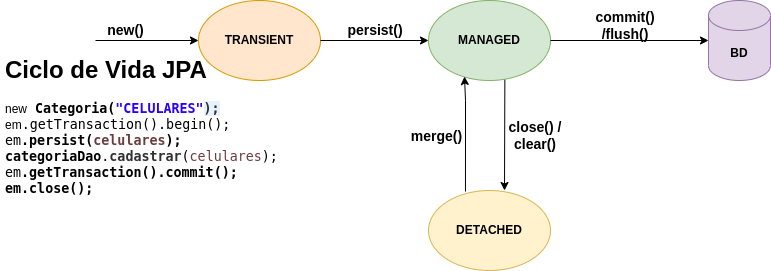
Before: imgs/CicloDeVida.drawio.png, a diagram exported from draw.io (matielojg/Java_JPA_Advanced). Source tidied: cells renumbered, new cells last; positions are measured from the earlier drawing's top-left corner, leaving out a move shared by most shapes. The source it was exported from:
```xml
<mxGraphModel>
  <root>
    <mxCell id="0" />
    <mxCell id="1" parent="0" />
    <mxCell id="2" value="&lt;b&gt;TRANSIENT&lt;/b&gt;" style="ellipse;whiteSpace=wrap;html=1;fillColor=#ffe6cc;strokeColor=#d79b00;" parent="1" vertex="1">
      <mxGeometry x="198" width="122" height="80" as="geometry" />
    </mxCell>
    <mxCell id="3" style="endArrow=classic;html=1;rounded=0;" parent="1" edge="1" source="2" target="5">
      <mxGeometry relative="1" as="geometry" />
    </mxCell>
    <mxCell id="4" style="edgeStyle=orthogonalEdgeStyle;rounded=0;jettySize=auto;html=1;exitX=0.602;exitY=1.011;exitDx=0;exitDy=0;entryX=0.631;entryY=0;entryDx=0;entryDy=0;entryPerimeter=0;exitPerimeter=0;" parent="1" edge="1" target="8">
      <mxGeometry relative="1" as="geometry">
        <mxPoint x="504.4" y="72.9" as="sourcePoint" />
        <Array as="points">
          <mxPoint x="504" y="60" />
          <mxPoint x="504" y="60" />
          <mxPoint x="504" y="190" />
        </Array>
      </mxGeometry>
    </mxCell>
    <mxCell id="5" value="&lt;b&gt;MANAGED&lt;/b&gt;" style="ellipse;whiteSpace=wrap;html=1;fillColor=#d5e8d4;strokeColor=#82b366;" parent="1" vertex="1">
      <mxGeometry x="428" width="122" height="80" as="geometry" />
    </mxCell>
    <mxCell id="6" style="endArrow=classic;html=1;rounded=0;entryX=0;entryY=0.5;entryDx=0;entryDy=0;" parent="1" edge="1" source="5">
      <mxGeometry relative="1" as="geometry">
        <mxPoint x="708" y="40" as="targetPoint" />
      </mxGeometry>
    </mxCell>
    <mxCell id="7" value="&lt;b&gt;BD&lt;/b&gt;" style="shape=cylinder3;whiteSpace=wrap;html=1;boundedLbl=1;backgroundOutline=1;size=15;fillColor=#e1d5e7;strokeColor=#9673a6;" parent="1" vertex="1">
      <mxGeometry x="708" width="62" height="80" as="geometry" />
    </mxCell>
    <mxCell id="8" value="&lt;b&gt;DETACHED&lt;/b&gt;" style="ellipse;whiteSpace=wrap;html=1;fillColor=#fff2cc;strokeColor=#d6b656;" parent="1" vertex="1">
      <mxGeometry x="428" y="190" width="122" height="80" as="geometry" />
    </mxCell>
    <mxCell id="9" style="endArrow=classic;html=1;rounded=0;entryX=0;entryY=0.5;entryDx=0;entryDy=0;" parent="1" edge="1" target="2">
      <mxGeometry relative="1" as="geometry">
        <mxPoint x="95" y="40" as="sourcePoint" />
      </mxGeometry>
    </mxCell>
    <mxCell id="10" value="new()" style="text;html=1;align=center;verticalAlign=middle;strokeColor=none;fillColor=none;shadow=0;fontStyle=1;fontSize=14;" parent="1" vertex="1">
      <mxGeometry x="95" y="15" width="60" height="30" as="geometry" />
    </mxCell>
    <mxCell id="11" value="&lt;b style=&quot;font-size: 14px;&quot;&gt;persist()&lt;/b&gt;" style="text;html=1;strokeColor=none;fillColor=none;align=center;verticalAlign=middle;whiteSpace=wrap;rounded=0;fontSize=14;" parent="1" vertex="1">
      <mxGeometry x="345" y="15" width="60" height="30" as="geometry" />
    </mxCell>
    <mxCell id="12" value="&lt;b style=&quot;font-size: 14px;&quot;&gt;commit()&lt;br style=&quot;font-size: 14px;&quot;&gt;/flush()&lt;/b&gt;" style="text;html=1;strokeColor=none;fillColor=none;align=center;verticalAlign=middle;whiteSpace=wrap;rounded=0;fontSize=14;" parent="1" vertex="1">
      <mxGeometry x="595" y="10" width="60" height="30" as="geometry" />
    </mxCell>
    <mxCell id="13" value="&lt;b style=&quot;font-size: 14px;&quot;&gt;close() /&lt;/b&gt;&lt;br style=&quot;font-size: 14px;&quot;&gt;&lt;b style=&quot;font-size: 14px;&quot;&gt;clear()&lt;/b&gt;" style="text;html=1;strokeColor=none;fillColor=none;align=center;verticalAlign=middle;whiteSpace=wrap;rounded=0;fontSize=14;" parent="1" vertex="1">
      <mxGeometry x="505" y="120" width="60" height="30" as="geometry" />
    </mxCell>
    <mxCell id="14" value="&lt;h1&gt;&lt;span style=&quot;background-color: initial;&quot;&gt;Ciclo de Vida JPA&lt;/span&gt;&lt;/h1&gt;&lt;div&gt;new&lt;span style=&quot;border-color: var(--border-color); font-family: monospace; font-size: 13.3333px; font-weight: 700;&quot;&gt;&amp;nbsp;Categoria(&lt;/span&gt;&lt;span style=&quot;border-color: var(--border-color); font-family: monospace; font-size: 13.3333px; font-weight: 700; color: rgb(42, 0, 255);&quot;&gt;&quot;CELULARES&quot;&lt;/span&gt;&lt;span style=&quot;color: rgb(48, 48, 48); font-family: monospace; font-size: 13.3333px; font-weight: 700; background-color: rgb(232, 242, 254);&quot;&gt;);&lt;/span&gt;&lt;span style=&quot;background-color: initial;&quot;&gt;&lt;br&gt;&lt;/span&gt;&lt;/div&gt;&lt;div&gt;em&lt;span style=&quot;border-color: var(--border-color); font-family: monospace; font-size: 10pt; background-color: rgb(255, 255, 255);&quot;&gt;.getTransaction().begin();&lt;/span&gt;&lt;span style=&quot;color: rgb(48, 48, 48); font-family: monospace; font-size: 13.3333px; font-weight: 700; background-color: rgb(232, 242, 254);&quot;&gt;&lt;br&gt;&lt;/span&gt;&lt;/div&gt;&lt;div&gt;&lt;span style=&quot;border-color: var(--border-color); font-family: monospace; font-size: 10pt; background-color: rgb(255, 255, 255);&quot;&gt;em&lt;span style=&quot;border-color: var(--border-color); font-size: 13.3333px; font-weight: 700;&quot;&gt;.persist(&lt;/span&gt;&lt;span style=&quot;border-color: var(--border-color); font-size: 13.3333px; font-weight: 700; color: rgb(106, 62, 62);&quot;&gt;celulares&lt;/span&gt;&lt;span style=&quot;border-color: var(--border-color); font-size: 13.3333px; font-weight: 700;&quot;&gt;);&lt;/span&gt;&lt;br&gt;&lt;/span&gt;&lt;/div&gt;&lt;div&gt;&lt;span style=&quot;border-color: var(--border-color); font-family: monospace; font-size: 10pt; background-color: rgb(255, 255, 255);&quot;&gt;&lt;span style=&quot;border-color: var(--border-color); font-size: 13.3333px; font-weight: 700;&quot;&gt;categoriaDao&lt;span style=&quot;border-color: var(--border-color); font-size: 10pt; font-weight: normal;&quot;&gt;.&lt;/span&gt;&lt;span style=&quot;color: rgb(48, 48, 48); font-size: 13.3333px; background-color: rgb(251, 251, 251);&quot;&gt;cadastrar&lt;/span&gt;&lt;span style=&quot;border-color: var(--border-color); font-size: 10pt; font-weight: normal;&quot;&gt;(&lt;/span&gt;&lt;span style=&quot;border-color: var(--border-color); font-size: 10pt; font-weight: normal; color: rgb(106, 62, 62);&quot;&gt;celulares&lt;/span&gt;&lt;span style=&quot;border-color: var(--border-color); font-size: 10pt; font-weight: normal;&quot;&gt;);&lt;/span&gt;&lt;br&gt;&lt;/span&gt;&lt;/span&gt;&lt;/div&gt;&lt;div&gt;&lt;span style=&quot;border-color: var(--border-color); font-family: monospace; font-size: 10pt; background-color: rgb(255, 255, 255);&quot;&gt;&lt;span style=&quot;border-color: var(--border-color); font-size: 13.3333px; font-weight: 700;&quot;&gt;&lt;span style=&quot;border-color: var(--border-color); font-size: 10pt; font-weight: normal;&quot;&gt;em&lt;span style=&quot;border-color: var(--border-color); font-size: 13.3333px; font-weight: 700;&quot;&gt;.getTransaction().commit();&lt;/span&gt;&lt;br&gt;&lt;/span&gt;&lt;/span&gt;&lt;/span&gt;&lt;/div&gt;&lt;div&gt;&lt;span style=&quot;border-color: var(--border-color); font-family: monospace; font-size: 10pt; background-color: rgb(255, 255, 255);&quot;&gt;&lt;span style=&quot;border-color: var(--border-color); font-size: 13.3333px; font-weight: 700;&quot;&gt;&lt;span style=&quot;border-color: var(--border-color); font-size: 10pt; font-weight: normal;&quot;&gt;&lt;span style=&quot;border-color: var(--border-color); font-size: 13.3333px; font-weight: 700;&quot;&gt;em&lt;span style=&quot;border-color: var(--border-color); font-size: 13.3333px;&quot;&gt;.close();&lt;/span&gt;&lt;/span&gt;&lt;/span&gt;&lt;/span&gt;&lt;/span&gt;&lt;/div&gt;" style="text;html=1;strokeColor=none;fillColor=none;spacing=5;spacingTop=-20;whiteSpace=wrap;overflow=hidden;rounded=0;" parent="1" vertex="1">
      <mxGeometry y="50" width="295" height="160" as="geometry" />
    </mxCell>
    <mxCell id="15" style="endArrow=classic;html=1;rounded=0;fontSize=14;exitX=0.303;exitY=0.013;exitDx=0;exitDy=0;exitPerimeter=0;entryX=0.295;entryY=0.95;entryDx=0;entryDy=0;entryPerimeter=0;" parent="1" edge="1" source="8" target="5">
      <mxGeometry relative="1" as="geometry">
        <Array as="points">
          <mxPoint x="465" y="100" />
        </Array>
      </mxGeometry>
    </mxCell>
    <mxCell id="16" value="merge()" style="text;html=1;strokeColor=none;fillColor=none;align=center;verticalAlign=middle;whiteSpace=wrap;rounded=0;fontSize=14;fontStyle=1;" parent="1" vertex="1">
      <mxGeometry x="406" y="120" width="61" height="31" as="geometry" />
    </mxCell>
  </root>
</mxGraphModel>
```
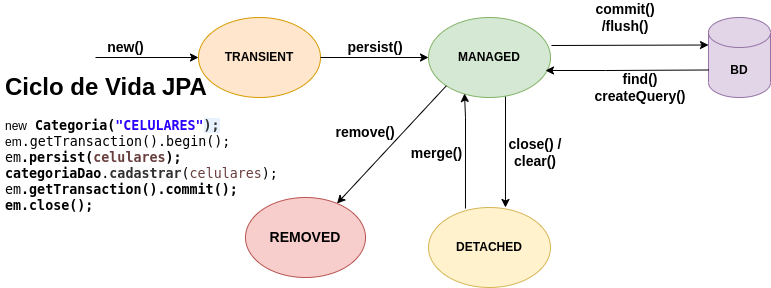
Later version of the same file.

Commit message:
Consultas com createQuery(JPQL)

The edit, as a diff of the source:
```diff
@@ -21,10 +21,8 @@
     <mxCell id="5" value="&lt;b&gt;MANAGED&lt;/b&gt;" style="ellipse;whiteSpace=wrap;html=1;fillColor=#d5e8d4;strokeColor=#82b366;" parent="1" vertex="1">
       <mxGeometry x="428" width="122" height="80" as="geometry" />
     </mxCell>
-    <mxCell id="6" style="endArrow=classic;html=1;rounded=0;entryX=0;entryY=0.5;entryDx=0;entryDy=0;" parent="1" edge="1" source="5">
-      <mxGeometry relative="1" as="geometry">
-        <mxPoint x="708" y="40" as="targetPoint" />
-      </mxGeometry>
+    <mxCell id="6" style="endArrow=classic;html=1;rounded=0;entryX=0;entryY=0;entryDx=0;entryDy=27.5;exitX=1.008;exitY=0.35;exitDx=0;exitDy=0;exitPerimeter=0;entryPerimeter=0;" parent="1" edge="1" source="5" target="7">
+      <mxGeometry relative="1" as="geometry" />
     </mxCell>
     <mxCell id="7" value="&lt;b&gt;BD&lt;/b&gt;" style="shape=cylinder3;whiteSpace=wrap;html=1;boundedLbl=1;backgroundOutline=1;size=15;fillColor=#e1d5e7;strokeColor=#9673a6;" parent="1" vertex="1">
       <mxGeometry x="708" width="62" height="80" as="geometry" />
@@ -44,7 +42,7 @@
       <mxGeometry x="345" y="15" width="60" height="30" as="geometry" />
     </mxCell>
     <mxCell id="12" value="&lt;b style=&quot;font-size: 14px;&quot;&gt;commit()&lt;br style=&quot;font-size: 14px;&quot;&gt;/flush()&lt;/b&gt;" style="text;html=1;strokeColor=none;fillColor=none;align=center;verticalAlign=middle;whiteSpace=wrap;rounded=0;fontSize=14;" parent="1" vertex="1">
-      <mxGeometry x="595" y="10" width="60" height="30" as="geometry" />
+      <mxGeometry x="595" y="-15" width="60" height="30" as="geometry" />
     </mxCell>
     <mxCell id="13" value="&lt;b style=&quot;font-size: 14px;&quot;&gt;close() /&lt;/b&gt;&lt;br style=&quot;font-size: 14px;&quot;&gt;&lt;b style=&quot;font-size: 14px;&quot;&gt;clear()&lt;/b&gt;" style="text;html=1;strokeColor=none;fillColor=none;align=center;verticalAlign=middle;whiteSpace=wrap;rounded=0;fontSize=14;" parent="1" vertex="1">
       <mxGeometry x="505" y="120" width="60" height="30" as="geometry" />
@@ -62,5 +60,25 @@
     <mxCell id="16" value="merge()" style="text;html=1;strokeColor=none;fillColor=none;align=center;verticalAlign=middle;whiteSpace=wrap;rounded=0;fontSize=14;fontStyle=1;" parent="1" vertex="1">
       <mxGeometry x="406" y="120" width="61" height="31" as="geometry" />
     </mxCell>
+    <mxCell id="17" style="endArrow=classic;html=1;rounded=0;exitX=0;exitY=0;exitDx=0;exitDy=52.5;exitPerimeter=0;" parent="1" edge="1" source="7">
+      <mxGeometry relative="1" as="geometry">
+        <mxPoint x="545" y="53" as="targetPoint" />
+        <Array as="points">
+          <mxPoint x="605" y="53" />
+        </Array>
+      </mxGeometry>
+    </mxCell>
+    <mxCell id="18" value="&lt;b style=&quot;font-size: 14px;&quot;&gt;find()&lt;br&gt;createQuery()&lt;/b&gt;" style="text;html=1;strokeColor=none;fillColor=none;align=center;verticalAlign=middle;whiteSpace=wrap;rounded=0;" parent="1" vertex="1">
+      <mxGeometry x="605" y="50" width="70" height="40" as="geometry" />
+    </mxCell>
+    <mxCell id="19" value="&lt;b&gt;REMOVED&lt;/b&gt;" style="ellipse;whiteSpace=wrap;html=1;fontSize=14;fillColor=#f8cecc;strokeColor=#b85450;" parent="1" vertex="1">
+      <mxGeometry x="245" y="180" width="120" height="80" as="geometry" />
+    </mxCell>
+    <mxCell id="20" style="endArrow=classic;html=1;rounded=0;fontSize=14;exitX=0;exitY=1;exitDx=0;exitDy=0;" parent="1" edge="1" source="5" target="19">
+      <mxGeometry relative="1" as="geometry" />
+    </mxCell>
+    <mxCell id="21" value="&lt;b&gt;remove()&lt;/b&gt;" style="text;html=1;strokeColor=none;fillColor=none;align=center;verticalAlign=middle;whiteSpace=wrap;rounded=0;fontSize=14;" parent="1" vertex="1">
+      <mxGeometry x="335" y="100" width="60" height="30" as="geometry" />
+    </mxCell>
   </root>
 </mxGraphModel>
```
